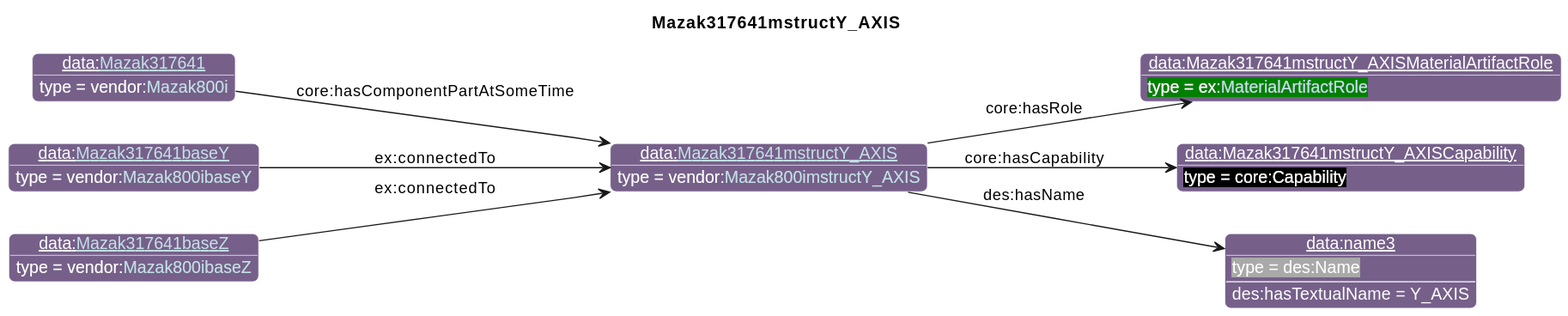
Above: diagrams/Mazak317641mstructY_AXIS.svg in iofoundry/example-syseng-mtconnect (PlantUML), before the change.
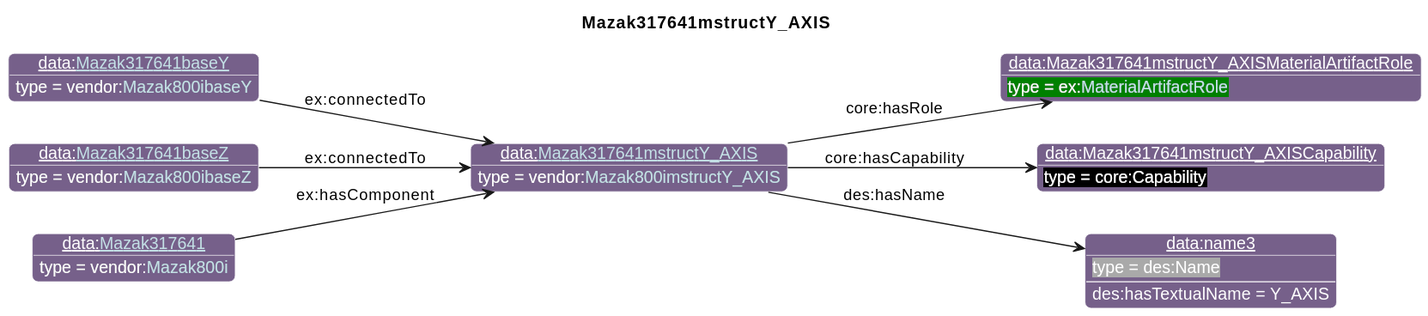
The same file after the commit.

The edit, as a diff of the source:
```diff
@@ -29,14 +29,14 @@
 individual(o1, data:Mazak317641mstructY_AXISMaterialArtifactRole, ex:[[../Example.html#MaterialArtifactRole MaterialArtifactRole]])
 individual(o2, data:Mazak317641mstructY_AXISCapability, core:Capability)
 individual(o3, data:name3, des:Name)
-individual(o4, data:[[./Mazak317641.html Mazak317641]], vendor:[[../Mazak.html#Mazak800i Mazak800i]])
-individual(o5, data:[[./Mazak317641baseY.html Mazak317641baseY]], vendor:[[../Mazak.html#Mazak800ibaseY Mazak800ibaseY]])
-individual(o6, data:[[./Mazak317641baseZ.html Mazak317641baseZ]], vendor:[[../Mazak.html#Mazak800ibaseZ Mazak800ibaseZ]])
+individual(o4, data:[[./Mazak317641baseY.html Mazak317641baseY]], vendor:[[../Mazak.html#Mazak800ibaseY Mazak800ibaseY]])
+individual(o5, data:[[./Mazak317641baseZ.html Mazak317641baseZ]], vendor:[[../Mazak.html#Mazak800ibaseZ Mazak800ibaseZ]])
+individual(o6, data:[[./Mazak317641.html Mazak317641]], vendor:[[../Mazak.html#Mazak800i Mazak800i]])
 property(o0, "core:hasRole", o1)
 property(o0, "core:hasCapability", o2)
 property(o0, "des:hasName", o3)
 data(o3, "des:hasTextualName", "Y_AXIS")
-property(o4, "core:hasComponentPartAtSomeTime", o0)
+property(o4, "ex:connectedTo", o0)
 property(o5, "ex:connectedTo", o0)
-property(o6, "ex:connectedTo", o0)
+property(o6, "ex:hasComponent", o0)
 @enduml
```
